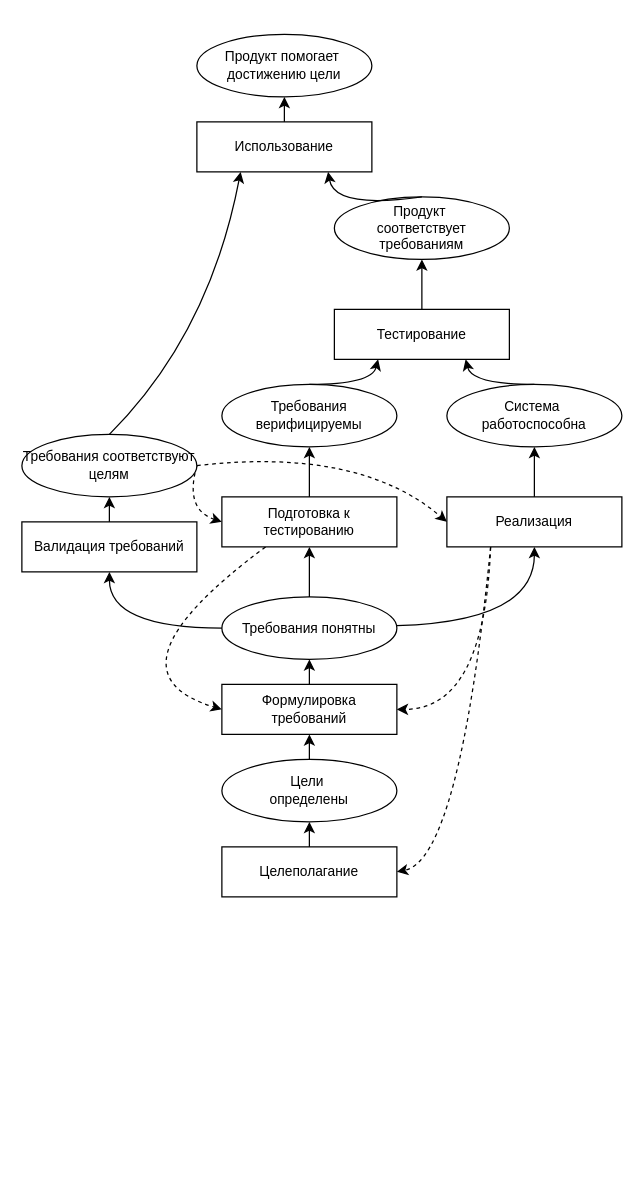
The draw.io diagram success-history.drawio in chaetal/why-test-first, before the edit. Source tidied: cells renumbered, new cells numbered last; positions are measured from the earlier drawing's top-left corner, leaving out a move shared by most shapes. Both pictures are drawn from the tidied source at 125%, with x=0, y=0 at pixel (21, 34).
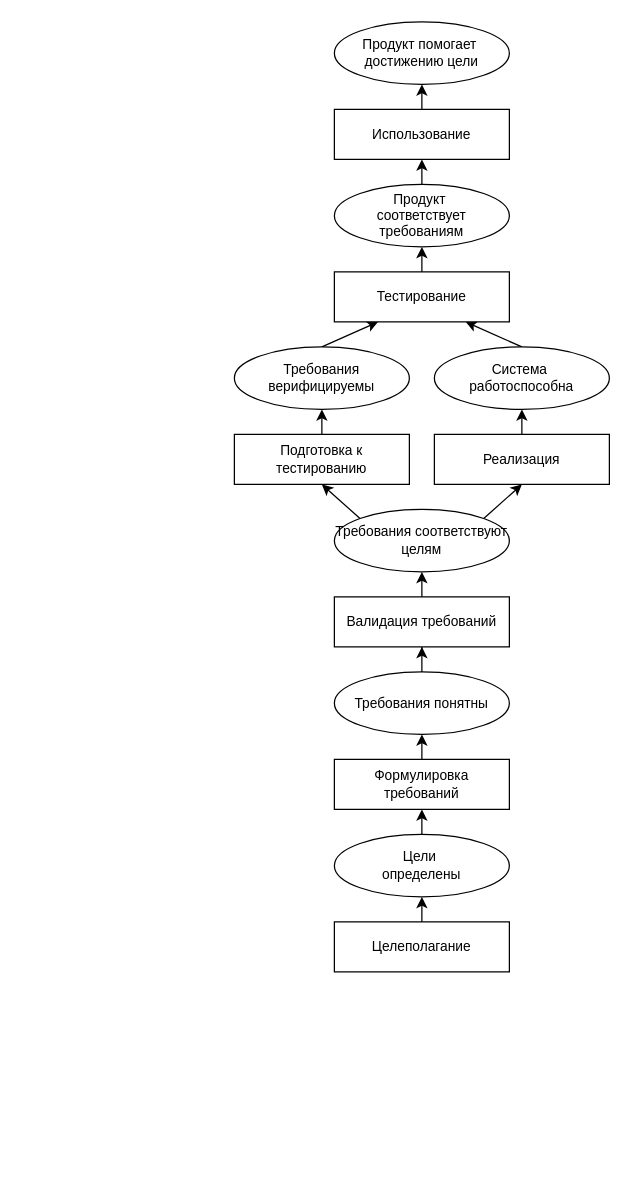
After the change.

The edit, as a diff of the source:
```diff
@@
     <mxCell id="2" value="Продукт&amp;nbsp;&lt;div style=&quot;font-size: 11px;&quot;&gt;соответствует требованиям&lt;/div&gt;" style="ellipse;whiteSpace=wrap;html=1;fontSize=11;" parent="1" vertex="1">
-      <mxGeometry x="250" y="130" width="140" height="50" as="geometry" />
+      <mxGeometry x="250" y="120" width="140" height="50" as="geometry" />
     </mxCell>
-    <mxCell id="3" style="rounded=0;jettySize=auto;html=1;curved=1;entryX=0;entryY=0.5;entryDx=0;entryDy=0;dashed=1;exitX=1;exitY=0.5;exitDx=0;exitDy=0;" parent="1" edge="1" source="4" target="36">
-      <mxGeometry relative="1" as="geometry">
-        <Array as="points">
-          <mxPoint x="130" y="380" />
-        </Array>
-      </mxGeometry>
+    <mxCell id="3" style="rounded=0;jettySize=auto;html=1;entryX=0.5;entryY=1;entryDx=0;entryDy=0;curved=0;exitX=0;exitY=0;exitDx=0;exitDy=0;" parent="1" edge="1" source="4" target="36">
+      <mxGeometry relative="1" as="geometry" />
     </mxCell>
+    <mxCell id="37" style="rounded=0;jettySize=auto;html=1;entryX=0.5;entryY=1;entryDx=0;entryDy=0;curved=0;exitX=1;exitY=0;exitDx=0;exitDy=0;" parent="1" edge="1" source="4" target="33">
+      <mxGeometry relative="1" as="geometry" />
+    </mxCell>
     <mxCell id="4" value="Требования соответствуют целям" style="ellipse;whiteSpace=wrap;html=1;fontSize=11;" parent="1" vertex="1">
-      <mxGeometry y="320" width="140" height="50" as="geometry" />
+      <mxGeometry x="250" y="380" width="140" height="50" as="geometry" />
     </mxCell>
-    <mxCell id="5" style="rounded=0;jettySize=auto;html=1;exitX=0.5;exitY=0;exitDx=0;exitDy=0;fontSize=11;curved=1;entryX=0.75;entryY=1;entryDx=0;entryDy=0;" parent="1" edge="1" source="28" target="16">
-      <mxGeometry relative="1" as="geometry">
-        <Array as="points">
-          <mxPoint x="360" y="280" />
-        </Array>
-      </mxGeometry>
+    <mxCell id="5" style="rounded=0;jettySize=auto;html=1;fontSize=11;curved=1;entryX=0.75;entryY=1;entryDx=0;entryDy=0;exitX=0.5;exitY=0;exitDx=0;exitDy=0;" parent="1" edge="1" source="28" target="16">
+      <mxGeometry relative="1" as="geometry" />
     </mxCell>
     <mxCell id="6" style="rounded=0;jettySize=auto;html=1;exitX=0.5;exitY=0;exitDx=0;exitDy=0;entryX=0.25;entryY=1;entryDx=0;entryDy=0;fontSize=11;curved=1;" parent="1" edge="1" source="29" target="16">
-      <mxGeometry relative="1" as="geometry">
-        <Array as="points">
-          <mxPoint x="280" y="280" />
-        </Array>
-      </mxGeometry>
+      <mxGeometry relative="1" as="geometry" />
     </mxCell>
@@
     <mxCell id="8" value="Цели&amp;nbsp;&lt;div style=&quot;font-size: 11px;&quot;&gt;&lt;span style=&quot;background-color: initial; font-size: 11px;&quot;&gt;определены&lt;/span&gt;&lt;/div&gt;" style="ellipse;whiteSpace=wrap;html=1;fontSize=11;" parent="1" vertex="1">
-      <mxGeometry x="160" y="580" width="140" height="50" as="geometry" />
+      <mxGeometry x="250" y="640" width="140" height="50" as="geometry" />
     </mxCell>
     <mxCell id="9" value="Продукт помогает&amp;nbsp;&lt;div style=&quot;font-size: 11px;&quot;&gt;достижению цели&lt;/div&gt;" style="ellipse;whiteSpace=wrap;html=1;fontSize=11;" parent="1" vertex="1">
-      <mxGeometry x="140" width="140" height="50" as="geometry" />
+      <mxGeometry x="250" y="-10" width="140" height="50" as="geometry" />
     </mxCell>
-    <mxCell id="10" style="endArrow=classic;html=1;rounded=0;exitX=0.5;exitY=0;exitDx=0;exitDy=0;entryX=0.75;entryY=1;entryDx=0;entryDy=0;fontSize=11;curved=1;" parent="1" edge="1" source="2" target="14">
-      <mxGeometry relative="1" as="geometry">
-        <Array as="points">
-          <mxPoint x="250" y="140" />
-        </Array>
-      </mxGeometry>
+    <mxCell id="10" style="endArrow=classic;html=1;rounded=0;exitX=0.5;exitY=0;exitDx=0;exitDy=0;entryX=0.5;entryY=1;entryDx=0;entryDy=0;fontSize=11;curved=1;" parent="1" edge="1" source="2" target="14">
+      <mxGeometry relative="1" as="geometry" />
     </mxCell>
@@
-    <mxCell id="12" style="endArrow=classic;html=1;rounded=0;exitX=0.5;exitY=0;exitDx=0;exitDy=0;entryX=0.25;entryY=1;entryDx=0;entryDy=0;fontSize=11;curved=1;" parent="1" edge="1" source="4" target="14">
-      <mxGeometry relative="1" as="geometry">
-        <Array as="points">
-          <mxPoint x="150" y="240" />
-        </Array>
-      </mxGeometry>
-    </mxCell>
@@
     <mxCell id="14" value="Использование" style="rounded=0;whiteSpace=wrap;html=1;fontSize=11;" parent="1" vertex="1">
-      <mxGeometry x="140" y="70" width="140" height="40" as="geometry" />
+      <mxGeometry x="250" y="60" width="140" height="40" as="geometry" />
     </mxCell>
@@
     <mxCell id="16" value="Тестирование" style="whiteSpace=wrap;html=1;fontSize=11;" parent="1" vertex="1">
-      <mxGeometry x="250" y="220" width="140" height="40" as="geometry" />
+      <mxGeometry x="250" y="190" width="140" height="40" as="geometry" />
     </mxCell>
@@
     <mxCell id="18" value="Валидация требований" style="whiteSpace=wrap;html=1;fontSize=11;" parent="1" vertex="1">
-      <mxGeometry y="390" width="140" height="40" as="geometry" />
+      <mxGeometry x="250" y="450" width="140" height="40" as="geometry" />
     </mxCell>
@@
     <mxCell id="20" value="Целеполаган&lt;span style=&quot;background-color: initial; font-size: 11px;&quot;&gt;ие&lt;/span&gt;" style="whiteSpace=wrap;html=1;fontSize=11;" parent="1" vertex="1">
-      <mxGeometry x="160" y="650" width="140" height="40" as="geometry" />
+      <mxGeometry x="250" y="710" width="140" height="40" as="geometry" />
     </mxCell>
     <mxCell id="21" style="edgeStyle=orthogonalEdgeStyle;rounded=0;orthogonalLoop=1;jettySize=auto;html=1;exitX=0.5;exitY=1;exitDx=0;exitDy=0;fontSize=11;" parent="1" edge="1">
       <mxGeometry relative="1" as="geometry">
-        <mxPoint x="230" y="630" as="sourcePoint" />
-        <mxPoint x="230" y="630" as="targetPoint" />
+        <mxPoint x="220" y="900" as="sourcePoint" />
+        <mxPoint x="220" y="900" as="targetPoint" />
       </mxGeometry>
     </mxCell>
-    <mxCell id="22" style="rounded=0;jettySize=auto;html=1;entryX=0.5;entryY=1;entryDx=0;entryDy=0;curved=1;" parent="1" edge="1" source="24" target="36">
-      <mxGeometry relative="1" as="geometry" />
-    </mxCell>
-    <mxCell id="23" style="rounded=0;jettySize=auto;html=1;entryX=0.5;entryY=1;entryDx=0;entryDy=0;curved=1;" parent="1" edge="1" source="24" target="33">
-      <mxGeometry relative="1" as="geometry">
-        <Array as="points">
-          <mxPoint x="410" y="470" />
-        </Array>
-      </mxGeometry>
-    </mxCell>
-    <mxCell id="24" value="Требования понятны" style="ellipse;whiteSpace=wrap;html=1;fontSize=11;" parent="1" vertex="1">
-      <mxGeometry x="160" y="450" width="140" height="50" as="geometry" />
-    </mxCell>
-    <mxCell id="25" style="rounded=0;jettySize=auto;html=1;exitX=0;exitY=0.5;exitDx=0;exitDy=0;entryX=0.5;entryY=1;entryDx=0;entryDy=0;curved=1;" parent="1" edge="1" source="24" target="18">
-      <mxGeometry relative="1" as="geometry">
-        <Array as="points">
-          <mxPoint x="70" y="475" />
-        </Array>
-      </mxGeometry>
-    </mxCell>
@@
     <mxCell id="27" value="Формулировка требований" style="whiteSpace=wrap;html=1;fontSize=11;" parent="1" vertex="1">
-      <mxGeometry x="160" y="520" width="140" height="40" as="geometry" />
+      <mxGeometry x="250" y="580" width="140" height="40" as="geometry" />
     </mxCell>
     <mxCell id="28" value="Система&amp;nbsp;&lt;div&gt;работоспособна&lt;/div&gt;" style="ellipse;whiteSpace=wrap;html=1;fontSize=11;" parent="1" vertex="1">
-      <mxGeometry x="340" y="280" width="140" height="50" as="geometry" />
+      <mxGeometry x="330" y="250" width="140" height="50" as="geometry" />
     </mxCell>
     <mxCell id="29" value="Требования верифицируемы" style="ellipse;whiteSpace=wrap;html=1;fontSize=11;" parent="1" vertex="1">
-      <mxGeometry x="160" y="280" width="140" height="50" as="geometry" />
+      <mxGeometry x="170" y="250" width="140" height="50" as="geometry" />
     </mxCell>
@@
-    <mxCell id="31" style="rounded=0;jettySize=auto;html=1;entryX=1;entryY=0.5;entryDx=0;entryDy=0;exitX=0.25;exitY=1;exitDx=0;exitDy=0;curved=1;dashed=1;" parent="1" edge="1" source="33" target="27">
-      <mxGeometry relative="1" as="geometry">
-        <Array as="points">
-          <mxPoint x="370" y="540" />
-        </Array>
-      </mxGeometry>
-    </mxCell>
-    <mxCell id="32" style="rounded=0;jettySize=auto;html=1;entryX=1;entryY=0.5;entryDx=0;entryDy=0;curved=1;dashed=1;exitX=0.25;exitY=1;exitDx=0;exitDy=0;" parent="1" edge="1" source="33" target="20">
-      <mxGeometry relative="1" as="geometry">
-        <Array as="points">
-          <mxPoint x="350" y="660" />
-        </Array>
-      </mxGeometry>
-    </mxCell>
     <mxCell id="33" value="Реализация" style="whiteSpace=wrap;html=1;fontSize=11;" parent="1" vertex="1">
-      <mxGeometry x="340" y="370" width="140" height="40" as="geometry" />
+      <mxGeometry x="330" y="320" width="140" height="40" as="geometry" />
     </mxCell>
@@
-    <mxCell id="35" style="rounded=0;jettySize=auto;html=1;entryX=0;entryY=0.5;entryDx=0;entryDy=0;exitX=0.25;exitY=1;exitDx=0;exitDy=0;curved=1;dashed=1;" parent="1" edge="1" source="36" target="27">
-      <mxGeometry relative="1" as="geometry">
-        <Array as="points">
-          <mxPoint x="60" y="510" />
-        </Array>
-      </mxGeometry>
-    </mxCell>
     <mxCell id="36" value="Подготовка к тестированию" style="whiteSpace=wrap;html=1;fontSize=11;" parent="1" vertex="1">
-      <mxGeometry x="160" y="370" width="140" height="40" as="geometry" />
+      <mxGeometry x="170" y="320" width="140" height="40" as="geometry" />
     </mxCell>
-    <mxCell id="37" style="rounded=0;jettySize=auto;html=1;entryX=0;entryY=0.5;entryDx=0;entryDy=0;curved=1;dashed=1;exitX=1;exitY=0.5;exitDx=0;exitDy=0;" parent="1" edge="1" source="4" target="33">
-      <mxGeometry relative="1" as="geometry">
-        <Array as="points">
-          <mxPoint x="270" y="330" />
-        </Array>
-      </mxGeometry>
-    </mxCell>
+    <mxCell id="25" style="edgeStyle=orthogonalEdgeStyle;rounded=0;jettySize=auto;html=1;entryX=0.5;entryY=1;entryDx=0;entryDy=0;" parent="1" edge="1" source="24" target="18">
+      <mxGeometry relative="1" as="geometry" />
+    </mxCell>
+    <mxCell id="24" value="Требования понятны" style="ellipse;whiteSpace=wrap;html=1;fontSize=11;" parent="1" vertex="1">
+      <mxGeometry x="250" y="510" width="140" height="50" as="geometry" />
+    </mxCell>
```
